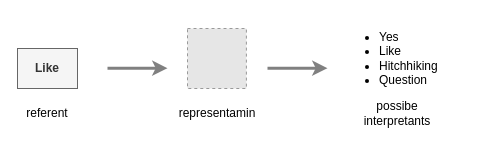
malcolmlett/malcolmlett.github.io keeps this draw.io diagram as page "semiotics" (3 of 6) of files/Paper-on-Loops-in-AI-and-Consciousness.drawio. Above is the earlier version. Source tidied: cells renumbered, new cells numbered last; positions are measured from the earlier drawing's top-left corner, leaving out a move shared by most shapes. Both pictures are drawn from the tidied source at 100%, with x=0, y=0 at pixel (17, 28). Pictures stored in the file or linked from it are replaced by grey dashed boxes.
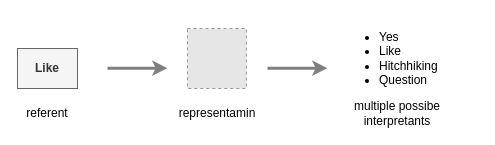
The same page after the edit.

What changed in the source:
```diff
@@
 <mxGraphModel>
   <root>
     <mxCell id="0" />
     <mxCell id="1" parent="0" />
     <mxCell id="2" style="fillColor=#E6E6E6;strokeColor=#999999;dashed=1;verticalLabelPosition=bottom;labelBackgroundColor=#ffffff;verticalAlign=top;" parent="1" vertex="1">
       <mxGeometry x="170" width="58.9" height="60" as="geometry" />
     </mxCell>
     <mxCell id="3" value="Like" style="text;html=1;align=center;verticalAlign=middle;whiteSpace=wrap;rounded=0;strokeColor=#666666;fillColor=#f5f5f5;fontColor=#333333;fontStyle=1;" parent="1" vertex="1">
       <mxGeometry y="20" width="60" height="40" as="geometry" />
     </mxCell>
     <mxCell id="4" value="referent" style="text;html=1;strokeColor=none;fillColor=none;align=center;verticalAlign=middle;whiteSpace=wrap;rounded=0;" parent="1" vertex="1">
       <mxGeometry y="70" width="60" height="30" as="geometry" />
     </mxCell>
     <mxCell id="5" value="representamin" style="text;html=1;strokeColor=none;fillColor=none;align=center;verticalAlign=middle;whiteSpace=wrap;rounded=0;" parent="1" vertex="1">
       <mxGeometry x="150" y="70" width="100" height="30" as="geometry" />
     </mxCell>
     <mxCell id="6" value="&lt;ul&gt;&lt;li&gt;Yes&lt;/li&gt;&lt;li&gt;Like&lt;/li&gt;&lt;li&gt;Hitchhiking&lt;/li&gt;&lt;li&gt;Question&lt;/li&gt;&lt;/ul&gt;" style="text;html=1;strokeColor=none;fillColor=none;align=left;verticalAlign=middle;whiteSpace=wrap;rounded=0;" parent="1" vertex="1">
       <mxGeometry x="320" width="140" height="60" as="geometry" />
     </mxCell>
-    <mxCell id="7" value="possibe interpretants" style="text;html=1;strokeColor=none;fillColor=none;align=center;verticalAlign=middle;whiteSpace=wrap;rounded=0;" parent="1" vertex="1">
+    <mxCell id="7" value="multiple possibe interpretants" style="text;html=1;strokeColor=none;fillColor=none;align=center;verticalAlign=middle;whiteSpace=wrap;rounded=0;" parent="1" vertex="1">
       <mxGeometry x="330" y="70" width="100" height="30" as="geometry" />
     </mxCell>
     <mxCell id="8" style="endArrow=classic;html=1;rounded=0;strokeWidth=3;strokeColor=#808080;" parent="1" edge="1">
       <mxGeometry relative="1" as="geometry">
         <mxPoint x="90" y="39.7" as="sourcePoint" />
         <mxPoint x="150" y="39.7" as="targetPoint" />
       </mxGeometry>
     </mxCell>
     <mxCell id="9" style="endArrow=classic;html=1;rounded=0;strokeWidth=3;strokeColor=#808080;" parent="1" edge="1">
       <mxGeometry relative="1" as="geometry">
         <mxPoint x="250" y="39.7" as="sourcePoint" />
         <mxPoint x="310" y="39.7" as="targetPoint" />
       </mxGeometry>
     </mxCell>
   </root>
 </mxGraphModel>
```
